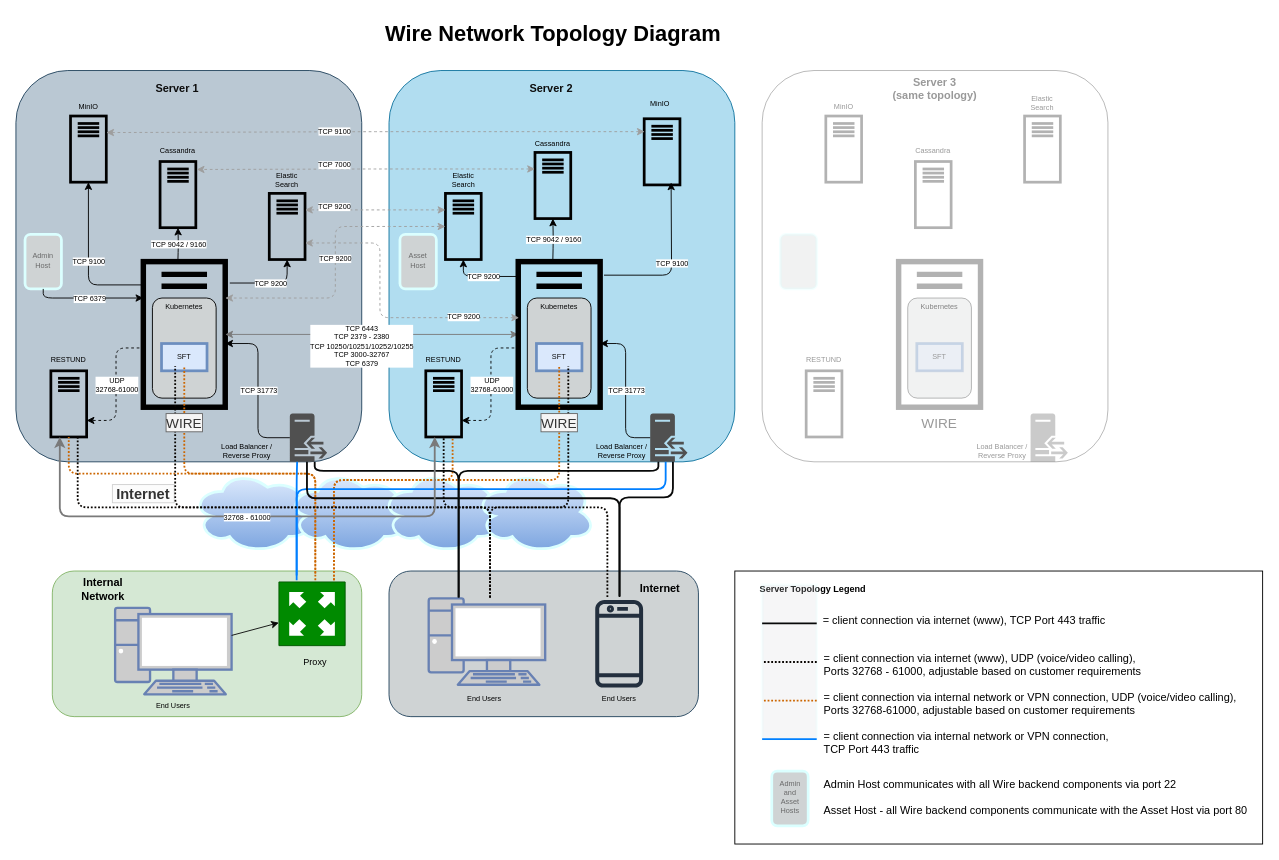
wireapp/wire-server keeps this draw.io diagram as src/how-to/install/img/network-topology.drawio. Above is the earlier version. Source tidied: cells renumbered, new cells numbered last; positions are measured from the earlier drawing's top-left corner, leaving out a move shared by most shapes. Both pictures are drawn from the tidied source at 91%, with x=0, y=0 at pixel (15, 15).
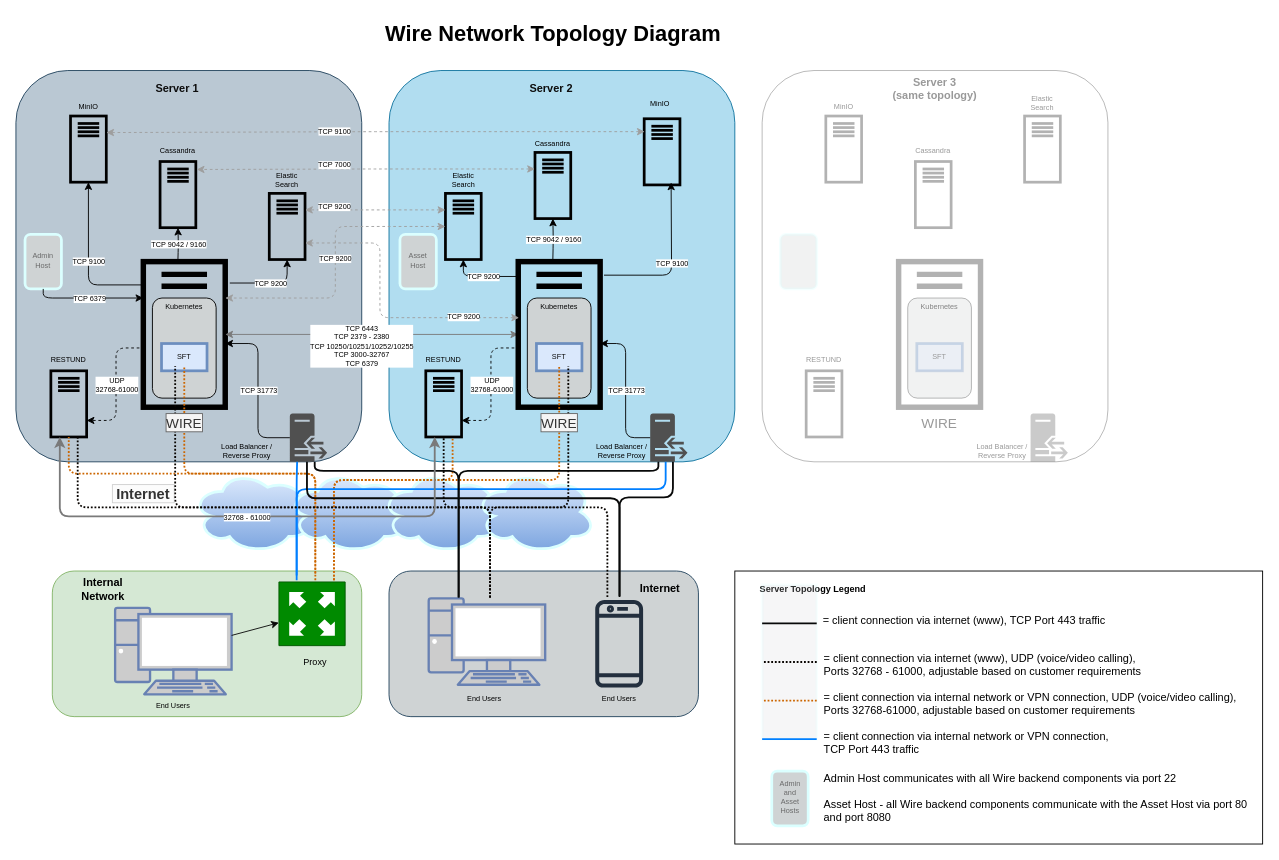
The same diagram, later.

Commit message (it also covers changes not shown here):
update diagrams and their outputs to include port 8080 on top of port 80 for the asset host

The edit, as a diff of the source:
```diff
@@
-    <mxCell id="217" value="&lt;div style=&quot;font-size: 12px;&quot;&gt;Admin Host communicates with all Wire backend components via port 22&lt;/div&gt;&lt;div style=&quot;font-size: 12px;&quot;&gt;&lt;br style=&quot;font-size: 12px;&quot;&gt;&lt;/div&gt;&lt;div style=&quot;font-size: 12px;&quot;&gt;Asset Host - all Wire backend components communicate with the Asset Host via port 80&lt;br style=&quot;font-size: 12px;&quot;&gt;&lt;/div&gt;" style="text;html=1;strokeColor=none;fillColor=none;align=left;verticalAlign=middle;whiteSpace=wrap;rounded=0;fontSize=12;fontColor=#000000;opacity=20;" parent="1" vertex="1">
+    <mxCell id="217" value="&lt;div style=&quot;font-size: 12px&quot;&gt;Admin Host communicates with all Wire backend components via port 22&lt;/div&gt;&lt;div style=&quot;font-size: 12px&quot;&gt;&lt;br style=&quot;font-size: 12px&quot;&gt;&lt;/div&gt;&lt;div style=&quot;font-size: 12px&quot;&gt;Asset Host - all Wire backend components communicate with the Asset Host via port 80 and port 8080&lt;br style=&quot;font-size: 12px&quot;&gt;&lt;/div&gt;" style="text;html=1;strokeColor=none;fillColor=none;align=left;verticalAlign=middle;whiteSpace=wrap;rounded=0;fontSize=12;fontColor=#000000;opacity=20;" parent="1" vertex="1">
       <mxGeometry x="886" y="834" width="484" height="50" as="geometry" />
     </mxCell>
```
